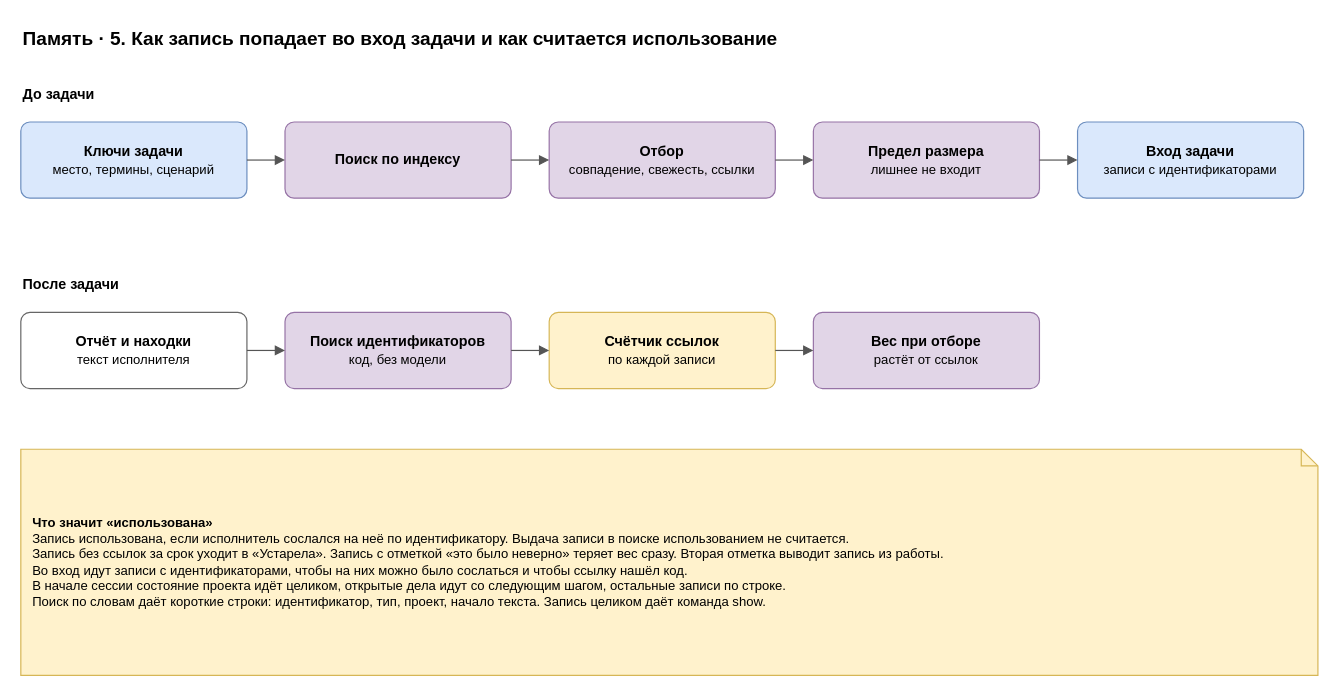
Before: page "5. Чтение и использование" (5 of 7) of docs/spec/harness-memory.drawio in roygkov/reins, a draw.io diagram. Source tidied: cells renumbered, new cells numbered last; positions are measured from the earlier drawing's top-left corner, leaving out a move shared by most shapes. Both pictures are drawn from the tidied source at 119%, with x=0, y=0 at pixel (20, 20).
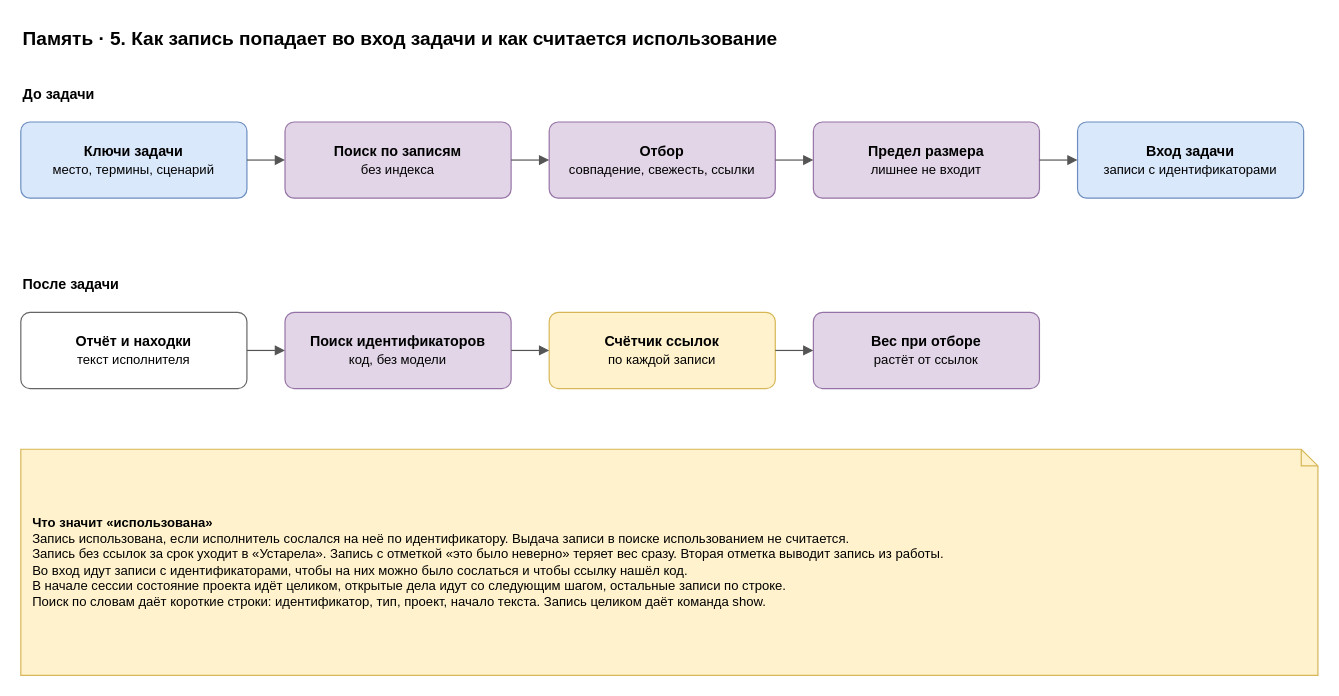
The same page after the edit.

Change to the diagram source:
```diff
@@
-    <mxCell id="5" value="&lt;b&gt;Поиск по индексу&lt;/b&gt;" style="rounded=1;whiteSpace=wrap;html=1;fillColor=#e1d5e7;strokeColor=#9673a6;arcSize=12;" parent="1" vertex="1">
+    <mxCell id="5" value="&lt;b&gt;Поиск по записям&lt;/b&gt;&lt;br&gt;&lt;font style=&quot;font-size:11px&quot;&gt;без индекса&lt;/font&gt;" style="rounded=1;whiteSpace=wrap;html=1;fillColor=#e1d5e7;strokeColor=#9673a6;arcSize=12;" parent="1" vertex="1">
       <mxGeometry x="222" y="85" width="190" height="64" as="geometry" />
     </mxCell>
```
